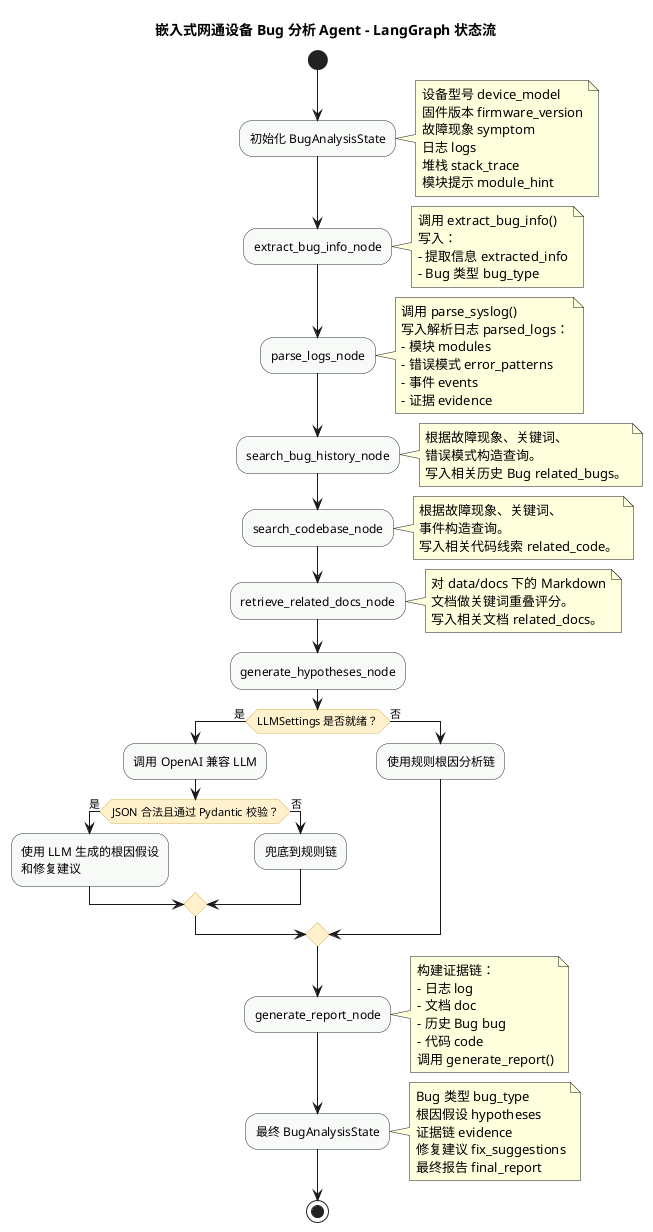
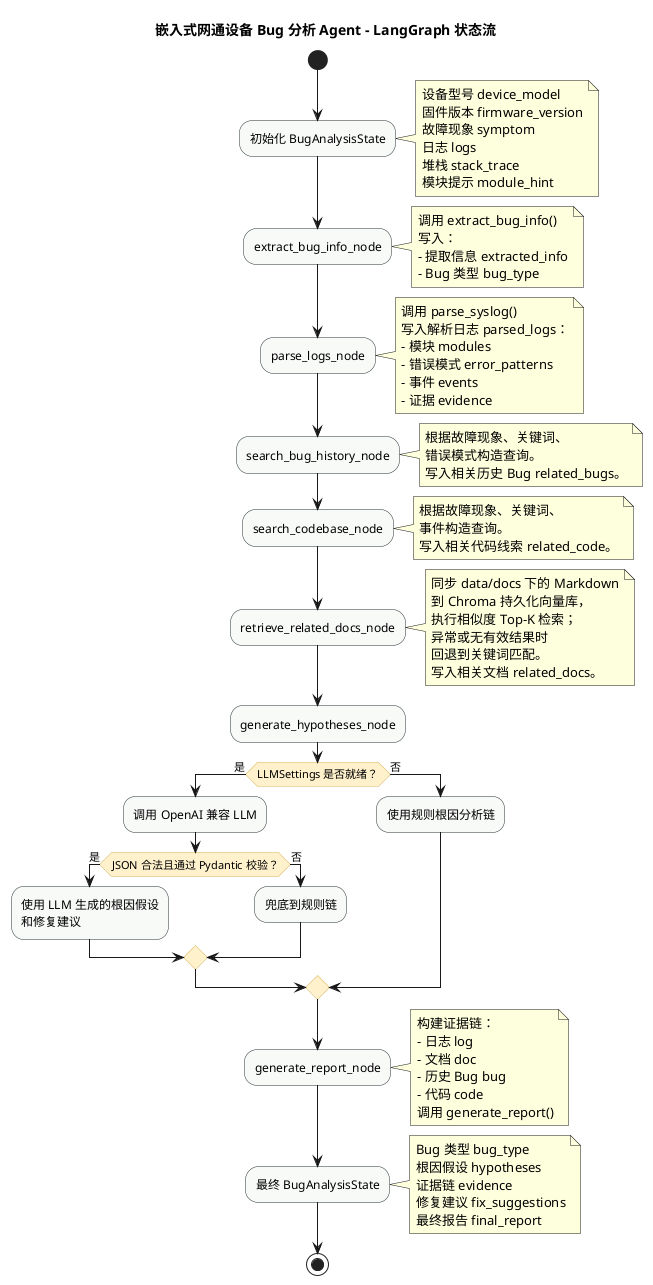
@startuml
title 嵌入式网通设备 Bug 分析 Agent - LangGraph 状态流

skinparam shadowing false
skinparam activity {
  BackgroundColor #F8FAF8
  BorderColor #263033
  DiamondBackgroundColor #FFF1CC
  DiamondBorderColor #D6B45A
}

start

:初始化 BugAnalysisState;
note right
设备型号 device_model
固件版本 firmware_version
故障现象 symptom
日志 logs
堆栈 stack_trace
模块提示 module_hint
end note

:extract_bug_info_node;
note right
调用 extract_bug_info()
写入：
- 提取信息 extracted_info
- Bug 类型 bug_type
end note

:parse_logs_node;
note right
调用 parse_syslog()
写入解析日志 parsed_logs：
- 模块 modules
- 错误模式 error_patterns
- 事件 events
- 证据 evidence
end note

:search_bug_history_node;
note right
根据故障现象、关键词、
错误模式构造查询。
写入相关历史 Bug related_bugs。
end note

:search_codebase_node;
note right
根据故障现象、关键词、
事件构造查询。
写入相关代码线索 related_code。
end note

:retrieve_related_docs_node;
note right
- 对 data/docs 下的 Markdown
- 文档做关键词重叠评分。
+ 同步 data/docs 下的 Markdown
+ 到 Chroma 持久化向量库，
+ 执行相似度 Top-K 检索；
+ 异常或无有效结果时
+ 回退到关键词匹配。
写入相关文档 related_docs。
end note

:generate_hypotheses_node;
if (LLMSettings 是否就绪？) then (是)
  :调用 OpenAI 兼容 LLM;
  if (JSON 合法且通过 Pydantic 校验？) then (是)
    :使用 LLM 生成的根因假设\n和修复建议;
  else (否)
    :兜底到规则链;
  endif
else (否)
  :使用规则根因分析链;
endif

:generate_report_node;
note right
构建证据链：
- 日志 log
- 文档 doc
- 历史 Bug bug
- 代码 code
调用 generate_report()
end note

:最终 BugAnalysisState;
note right
Bug 类型 bug_type
根因假设 hypotheses
证据链 evidence
修复建议 fix_suggestions
最终报告 final_report
end note

stop

@enduml
